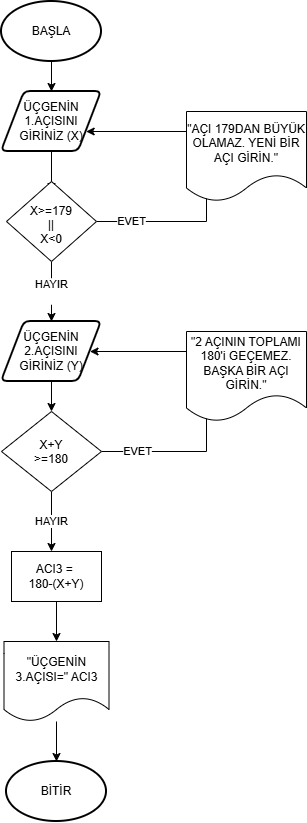
Earlier version of the draw.io export 02-algoritma/algo_ornek_2.drawio.png (ensarkt/abra-egitim). Source tidied: cells renumbered, new cells last; positions are measured from the earlier drawing's top-left corner, leaving out a move shared by most shapes.
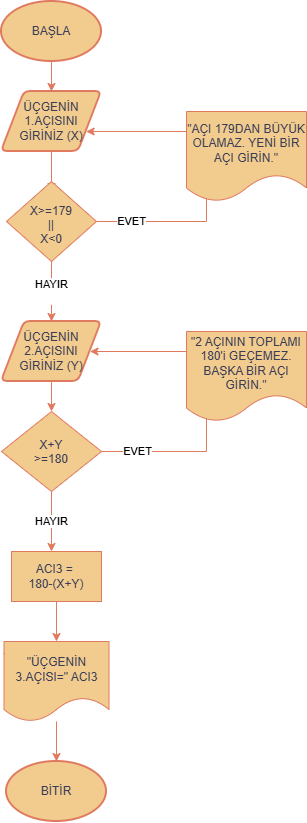
The same diagram one commit later.

Diff of the diagram source:
```diff
@@ -2,24 +2,24 @@
   <root>
     <mxCell id="0" />
     <mxCell id="1" parent="0" />
-    <mxCell id="2" style="edgeStyle=orthogonalEdgeStyle;rounded=0;jettySize=auto;html=1;defaultLabelBackgroundColor=page;fontColor=default;" parent="1" edge="1" source="3" target="6">
+    <mxCell id="2" style="edgeStyle=orthogonalEdgeStyle;rounded=0;jettySize=auto;html=1;defaultLabelBackgroundColor=page;fontColor=default;strokeColor=#E07A5F;" parent="1" edge="1" source="3" target="6">
       <mxGeometry relative="1" as="geometry" />
     </mxCell>
-    <mxCell id="3" value="BAŞLA" style="strokeWidth=2;html=1;shape=mxgraph.flowchart.start_1;whiteSpace=wrap;labelBackgroundColor=none;" parent="1" vertex="1">
+    <mxCell id="3" value="BAŞLA" style="strokeWidth=2;html=1;shape=mxgraph.flowchart.start_1;whiteSpace=wrap;labelBackgroundColor=none;fillColor=#F2CC8F;strokeColor=#E07A5F;fontColor=#393C56;" parent="1" vertex="1">
       <mxGeometry width="100" height="60" as="geometry" />
     </mxCell>
-    <mxCell id="4" value="BİTİR" style="strokeWidth=2;html=1;shape=mxgraph.flowchart.start_1;whiteSpace=wrap;labelBackgroundColor=none;" parent="1" vertex="1">
+    <mxCell id="4" value="BİTİR" style="strokeWidth=2;html=1;shape=mxgraph.flowchart.start_1;whiteSpace=wrap;labelBackgroundColor=none;fillColor=#F2CC8F;strokeColor=#E07A5F;fontColor=#393C56;" parent="1" vertex="1">
       <mxGeometry x="5" y="760" width="100" height="60" as="geometry" />
     </mxCell>
-    <mxCell id="5" style="edgeStyle=orthogonalEdgeStyle;rounded=0;jettySize=auto;html=1;defaultLabelBackgroundColor=page;fontColor=default;" parent="1" edge="1" source="6">
+    <mxCell id="5" style="edgeStyle=orthogonalEdgeStyle;rounded=0;jettySize=auto;html=1;defaultLabelBackgroundColor=page;fontColor=default;strokeColor=#E07A5F;" parent="1" edge="1" source="6">
       <mxGeometry relative="1" as="geometry">
         <mxPoint x="50" y="190" as="targetPoint" />
       </mxGeometry>
     </mxCell>
-    <mxCell id="6" value="ÜÇGENİN 1.AÇISINI GİRİNİZ (X)" style="shape=parallelogram;html=1;strokeWidth=2;perimeter=parallelogramPerimeter;whiteSpace=wrap;rounded=1;arcSize=12;size=0.23;labelBackgroundColor=none;" parent="1" vertex="1">
+    <mxCell id="6" value="ÜÇGENİN 1.AÇISINI GİRİNİZ (X)" style="shape=parallelogram;html=1;strokeWidth=2;perimeter=parallelogramPerimeter;whiteSpace=wrap;rounded=1;arcSize=12;size=0.23;labelBackgroundColor=none;fillColor=#F2CC8F;strokeColor=#E07A5F;fontColor=#393C56;" parent="1" vertex="1">
       <mxGeometry y="90" width="100" height="60" as="geometry" />
     </mxCell>
-    <mxCell id="7" value="EVET" style="edgeStyle=orthogonalEdgeStyle;rounded=0;jettySize=auto;html=1;defaultLabelBackgroundColor=page;exitX=1;exitY=0.5;exitDx=0;exitDy=0;fontColor=default;" parent="1" edge="1" source="9" target="6">
+    <mxCell id="7" value="EVET" style="edgeStyle=orthogonalEdgeStyle;rounded=0;jettySize=auto;html=1;defaultLabelBackgroundColor=page;exitX=1;exitY=0.5;exitDx=0;exitDy=0;fontColor=default;strokeColor=#E07A5F;" parent="1" edge="1" source="9" target="6">
       <mxGeometry x="-0.78" relative="1" as="geometry">
         <Array as="points">
           <mxPoint x="205" y="220" />
@@ -27,21 +27,21 @@
         </Array>
       </mxGeometry>
     </mxCell>
-    <mxCell id="8" value="HAYIR&lt;div&gt;&lt;br&gt;&lt;/div&gt;" style="edgeStyle=orthogonalEdgeStyle;rounded=0;jettySize=auto;html=1;defaultLabelBackgroundColor=page;fontColor=default;" parent="1" edge="1" source="9">
+    <mxCell id="8" value="HAYIR&lt;div&gt;&lt;br&gt;&lt;/div&gt;" style="edgeStyle=orthogonalEdgeStyle;rounded=0;jettySize=auto;html=1;defaultLabelBackgroundColor=page;fontColor=default;strokeColor=#E07A5F;" parent="1" edge="1" source="9">
       <mxGeometry relative="1" as="geometry">
         <mxPoint x="50" y="320" as="targetPoint" />
       </mxGeometry>
     </mxCell>
-    <mxCell id="9" value="X&amp;gt;=179&lt;div&gt;||&lt;/div&gt;&lt;div&gt;X&amp;lt;0&lt;/div&gt;" style="rhombus;whiteSpace=wrap;html=1;shapeInside=1;labelBackgroundColor=none;" parent="1" vertex="1">
+    <mxCell id="9" value="X&amp;gt;=179&lt;div&gt;||&lt;/div&gt;&lt;div&gt;X&amp;lt;0&lt;/div&gt;" style="rhombus;whiteSpace=wrap;html=1;shapeInside=1;labelBackgroundColor=none;fillColor=#F2CC8F;strokeColor=#E07A5F;fontColor=#393C56;" parent="1" vertex="1">
       <mxGeometry x="5" y="180" width="90" height="80" as="geometry" />
     </mxCell>
-    <mxCell id="10" style="edgeStyle=orthogonalEdgeStyle;rounded=0;jettySize=auto;html=1;defaultLabelBackgroundColor=page;fontColor=default;" parent="1" edge="1" source="11" target="14">
+    <mxCell id="10" style="edgeStyle=orthogonalEdgeStyle;rounded=0;jettySize=auto;html=1;defaultLabelBackgroundColor=page;fontColor=default;strokeColor=#E07A5F;" parent="1" edge="1" source="11" target="14">
       <mxGeometry relative="1" as="geometry" />
     </mxCell>
-    <mxCell id="11" value="ÜÇGENİN 2.AÇISINI GİRİNİZ (Y)" style="shape=parallelogram;html=1;strokeWidth=2;perimeter=parallelogramPerimeter;whiteSpace=wrap;rounded=1;arcSize=12;size=0.23;labelBackgroundColor=none;" parent="1" vertex="1">
+    <mxCell id="11" value="ÜÇGENİN 2.AÇISINI GİRİNİZ (Y)" style="shape=parallelogram;html=1;strokeWidth=2;perimeter=parallelogramPerimeter;whiteSpace=wrap;rounded=1;arcSize=12;size=0.23;labelBackgroundColor=none;fillColor=#F2CC8F;strokeColor=#E07A5F;fontColor=#393C56;" parent="1" vertex="1">
       <mxGeometry y="320" width="100" height="60" as="geometry" />
     </mxCell>
-    <mxCell id="12" value="EVET" style="edgeStyle=orthogonalEdgeStyle;rounded=0;jettySize=auto;html=1;defaultLabelBackgroundColor=page;fontColor=default;" parent="1" edge="1" source="14" target="11">
+    <mxCell id="12" value="EVET" style="edgeStyle=orthogonalEdgeStyle;rounded=0;jettySize=auto;html=1;defaultLabelBackgroundColor=page;fontColor=default;strokeColor=#E07A5F;" parent="1" edge="1" source="14" target="11">
       <mxGeometry x="-0.78" relative="1" as="geometry">
         <Array as="points">
           <mxPoint x="205" y="450" />
@@ -49,30 +49,30 @@
         </Array>
       </mxGeometry>
     </mxCell>
-    <mxCell id="13" value="HAYIR" style="edgeStyle=orthogonalEdgeStyle;rounded=0;jettySize=auto;html=1;defaultLabelBackgroundColor=page;fontColor=default;" parent="1" edge="1" source="14">
+    <mxCell id="13" value="HAYIR" style="edgeStyle=orthogonalEdgeStyle;rounded=0;jettySize=auto;html=1;defaultLabelBackgroundColor=page;fontColor=default;strokeColor=#E07A5F;" parent="1" edge="1" source="14">
       <mxGeometry relative="1" as="geometry">
         <mxPoint x="50" y="550" as="targetPoint" />
       </mxGeometry>
     </mxCell>
-    <mxCell id="14" value="X+Y &amp;gt;=180" style="rhombus;whiteSpace=wrap;html=1;shapeInside=1;labelBackgroundColor=none;" parent="1" vertex="1">
+    <mxCell id="14" value="X+Y &amp;gt;=180" style="rhombus;whiteSpace=wrap;html=1;shapeInside=1;labelBackgroundColor=none;fillColor=#F2CC8F;strokeColor=#E07A5F;fontColor=#393C56;" parent="1" vertex="1">
       <mxGeometry y="410" width="100" height="80" as="geometry" />
     </mxCell>
-    <mxCell id="15" style="edgeStyle=orthogonalEdgeStyle;rounded=0;jettySize=auto;html=1;defaultLabelBackgroundColor=page;fontColor=default;" parent="1" edge="1" source="16" target="20">
+    <mxCell id="15" style="edgeStyle=orthogonalEdgeStyle;rounded=0;jettySize=auto;html=1;defaultLabelBackgroundColor=page;fontColor=default;strokeColor=#E07A5F;" parent="1" edge="1" source="16" target="20">
       <mxGeometry relative="1" as="geometry" />
     </mxCell>
-    <mxCell id="16" value="ACI3 =&amp;nbsp;&lt;div&gt;180-(X+Y)&lt;/div&gt;" style="rounded=0;whiteSpace=wrap;html=1;labelBackgroundColor=none;" parent="1" vertex="1">
+    <mxCell id="16" value="ACI3 =&amp;nbsp;&lt;div&gt;180-(X+Y)&lt;/div&gt;" style="rounded=0;whiteSpace=wrap;html=1;labelBackgroundColor=none;fillColor=#F2CC8F;strokeColor=#E07A5F;fontColor=#393C56;" parent="1" vertex="1">
       <mxGeometry x="10" y="550" width="90" height="50" as="geometry" />
     </mxCell>
-    <mxCell id="17" value="&quot;2 AÇININ TOPLAMI 180'i GEÇEMEZ. BAŞKA BİR AÇI GİRİN.&quot;" style="shape=document;whiteSpace=wrap;html=1;boundedLbl=1;labelBackgroundColor=none;" parent="1" vertex="1">
+    <mxCell id="17" value="&quot;2 AÇININ TOPLAMI 180'i GEÇEMEZ. BAŞKA BİR AÇI GİRİN.&quot;" style="shape=document;whiteSpace=wrap;html=1;boundedLbl=1;labelBackgroundColor=none;fillColor=#F2CC8F;strokeColor=#E07A5F;fontColor=#393C56;" parent="1" vertex="1">
       <mxGeometry x="185" y="330" width="120" height="90" as="geometry" />
     </mxCell>
-    <mxCell id="18" value="&quot;AÇI 179DAN BÜYÜK OLAMAZ. YENİ BİR AÇI GİRİN.&quot;" style="shape=document;whiteSpace=wrap;html=1;boundedLbl=1;labelBackgroundColor=none;" parent="1" vertex="1">
+    <mxCell id="18" value="&quot;AÇI 179DAN BÜYÜK OLAMAZ. YENİ BİR AÇI GİRİN.&quot;" style="shape=document;whiteSpace=wrap;html=1;boundedLbl=1;labelBackgroundColor=none;fillColor=#F2CC8F;strokeColor=#E07A5F;fontColor=#393C56;" parent="1" vertex="1">
       <mxGeometry x="185" y="110" width="120" height="90" as="geometry" />
     </mxCell>
-    <mxCell id="19" style="edgeStyle=orthogonalEdgeStyle;rounded=0;jettySize=auto;html=1;defaultLabelBackgroundColor=page;fontColor=default;" parent="1" edge="1" source="20" target="4">
+    <mxCell id="19" style="edgeStyle=orthogonalEdgeStyle;rounded=0;jettySize=auto;html=1;defaultLabelBackgroundColor=page;fontColor=default;strokeColor=#E07A5F;" parent="1" edge="1" source="20" target="4">
       <mxGeometry relative="1" as="geometry" />
     </mxCell>
-    <mxCell id="20" value="&quot;ÜÇGENİN 3.AÇISI=&quot; ACI3" style="shape=document;whiteSpace=wrap;html=1;boundedLbl=1;rounded=0;labelBackgroundColor=none;" parent="1" vertex="1">
+    <mxCell id="20" value="&quot;ÜÇGENİN 3.AÇISI=&quot; ACI3" style="shape=document;whiteSpace=wrap;html=1;boundedLbl=1;rounded=0;labelBackgroundColor=none;fillColor=#F2CC8F;strokeColor=#E07A5F;fontColor=#393C56;" parent="1" vertex="1">
       <mxGeometry x="2.5" y="640" width="105" height="80" as="geometry" />
     </mxCell>
   </root>
```
